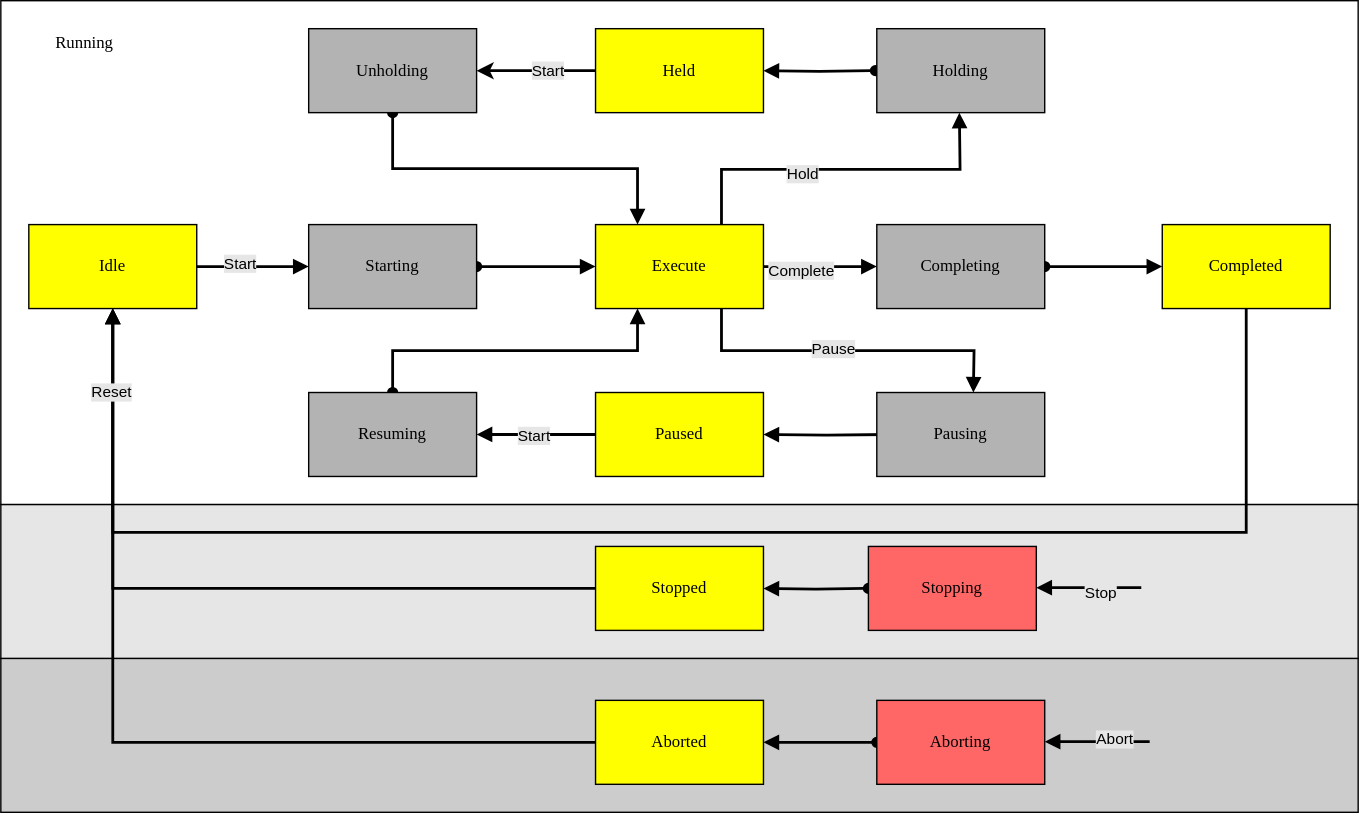
Above: docs/Component.drawio.svg in PeterZerlauth/Tc3_Component (draw.io), before the change. Source tidied: cells renumbered, new cells last; positions are measured from the earlier drawing's top-left corner, leaving out a move shared by most shapes.
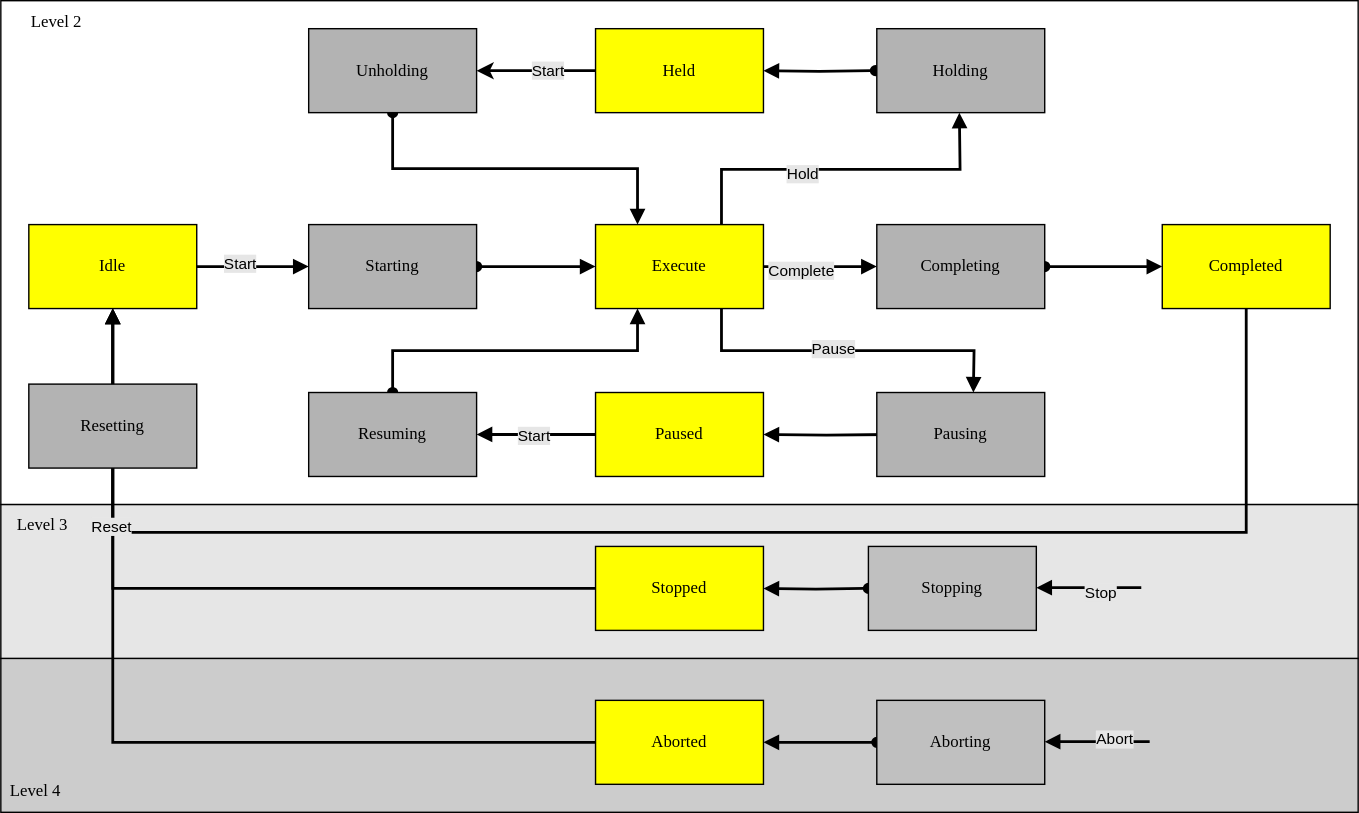
Later version of the same file.

The edit, as a diff of the source:
```diff
@@ -87,7 +87,9 @@
       </mxGeometry>
     </mxCell>
     <mxCell id="25" value="Reset" style="edgeLabel;html=1;align=center;verticalAlign=middle;fontFamily=Helvetica;fontSize=11;fontColor=default;labelBackgroundColor=#E6E6E6;" parent="24" vertex="1">
-      <mxGeometry x="0.9" y="2" relative="1" as="geometry" />
+      <mxGeometry x="0.9" y="2" relative="1" as="geometry">
+        <mxPoint y="96" as="offset" />
+      </mxGeometry>
     </mxCell>
     <mxCell id="26" value="Completed" style="rounded=0;whiteSpace=wrap;html=1;arcSize=24;fillColor=#FFFF00;strokeColor=#000000;shadow=0;comic=0;labelBackgroundColor=none;fontFamily=Verdana;fontSize=12;fontColor=#000000;align=center;" parent="1" vertex="1">
       <mxGeometry x="830" y="160" width="120" height="60" as="geometry" />
@@ -143,10 +145,10 @@
     <mxCell id="41" value="Completing" style="rounded=0;whiteSpace=wrap;html=1;arcSize=24;fillColor=#B3B3B3;strokeColor=#000000;shadow=0;comic=0;labelBackgroundColor=none;fontFamily=Verdana;fontSize=12;fontColor=#000000;align=center;" parent="1" vertex="1">
       <mxGeometry x="626" y="160" width="120" height="60" as="geometry" />
     </mxCell>
-    <mxCell id="42" value="Stopping" style="rounded=0;whiteSpace=wrap;html=1;arcSize=24;fillColor=#FF6666;strokeColor=#000000;shadow=0;comic=0;labelBackgroundColor=none;fontFamily=Verdana;fontSize=12;fontColor=#000000;align=center;" parent="1" vertex="1">
+    <mxCell id="42" value="Stopping" style="rounded=0;whiteSpace=wrap;html=1;arcSize=24;fillColor=light-dark(#c0c0c0, #e05d5d);strokeColor=#000000;shadow=0;comic=0;labelBackgroundColor=none;fontFamily=Verdana;fontSize=12;fontColor=#000000;align=center;" parent="1" vertex="1">
       <mxGeometry x="620" y="390" width="120" height="60" as="geometry" />
     </mxCell>
-    <mxCell id="43" value="Aborting" style="rounded=0;whiteSpace=wrap;html=1;arcSize=24;fillColor=#FF6666;strokeColor=#000000;shadow=0;comic=0;labelBackgroundColor=none;fontFamily=Verdana;fontSize=12;fontColor=#000000;align=center;" parent="1" vertex="1">
+    <mxCell id="43" value="Aborting" style="rounded=0;whiteSpace=wrap;html=1;arcSize=24;fillColor=light-dark(#c0c0c0, #e05d5d);strokeColor=#000000;shadow=0;comic=0;labelBackgroundColor=none;fontFamily=Verdana;fontSize=12;fontColor=#000000;align=center;" parent="1" vertex="1">
       <mxGeometry x="626" y="500" width="120" height="60" as="geometry" />
     </mxCell>
     <mxCell id="44" style="edgeStyle=orthogonalEdgeStyle;rounded=0;orthogonalLoop=1;jettySize=auto;html=1;strokeColor=default;align=center;verticalAlign=middle;fontFamily=Helvetica;fontSize=11;fontColor=default;labelBackgroundColor=default;endArrow=block;endFill=1;strokeWidth=2;" parent="1" edge="1">
@@ -167,8 +169,17 @@
     <mxCell id="47" value="Abort" style="edgeLabel;html=1;align=center;verticalAlign=middle;fontFamily=Helvetica;fontSize=11;fontColor=default;labelBackgroundColor=#E6E6E6;" parent="46" vertex="1">
       <mxGeometry x="-0.31" y="-2" relative="1" as="geometry" />
     </mxCell>
-    <mxCell id="48" value="Running" style="rounded=0;whiteSpace=wrap;html=1;arcSize=24;fillColor=none;strokeColor=none;shadow=0;comic=0;labelBackgroundColor=none;fontFamily=Verdana;fontSize=12;fontColor=#000000;align=center;" parent="1" vertex="1">
-      <mxGeometry width="120" height="60" as="geometry" />
+    <mxCell id="48" value="Level 3" style="rounded=0;whiteSpace=wrap;html=1;arcSize=24;fillColor=none;strokeColor=none;shadow=0;comic=0;labelBackgroundColor=none;fontFamily=Verdana;fontSize=12;fontColor=#000000;align=center;" parent="1" vertex="1">
+      <mxGeometry y="360" width="60" height="30" as="geometry" />
     </mxCell>
+    <mxCell id="49" value="Level 4" style="rounded=0;whiteSpace=wrap;html=1;arcSize=24;fillColor=none;strokeColor=none;shadow=0;comic=0;labelBackgroundColor=none;fontFamily=Verdana;fontSize=12;fontColor=#000000;align=center;" parent="1" vertex="1">
+      <mxGeometry y="550" width="50" height="30" as="geometry" />
+    </mxCell>
+    <mxCell id="50" value="Level 2" style="rounded=0;whiteSpace=wrap;html=1;arcSize=24;fillColor=none;strokeColor=none;shadow=0;comic=0;labelBackgroundColor=none;fontFamily=Verdana;fontSize=12;fontColor=#000000;align=center;" parent="1" vertex="1">
+      <mxGeometry width="80" height="30" as="geometry" />
+    </mxCell>
+    <mxCell id="51" value="Resetting" style="rounded=0;whiteSpace=wrap;html=1;arcSize=24;fillColor=#B3B3B3;strokeColor=#000000;shadow=0;comic=0;labelBackgroundColor=none;fontFamily=Verdana;fontSize=12;fontColor=#000000;align=center;" parent="1" vertex="1">
+      <mxGeometry x="20" y="274" width="120" height="60" as="geometry" />
+    </mxCell>
   </root>
 </mxGraphModel>
```
